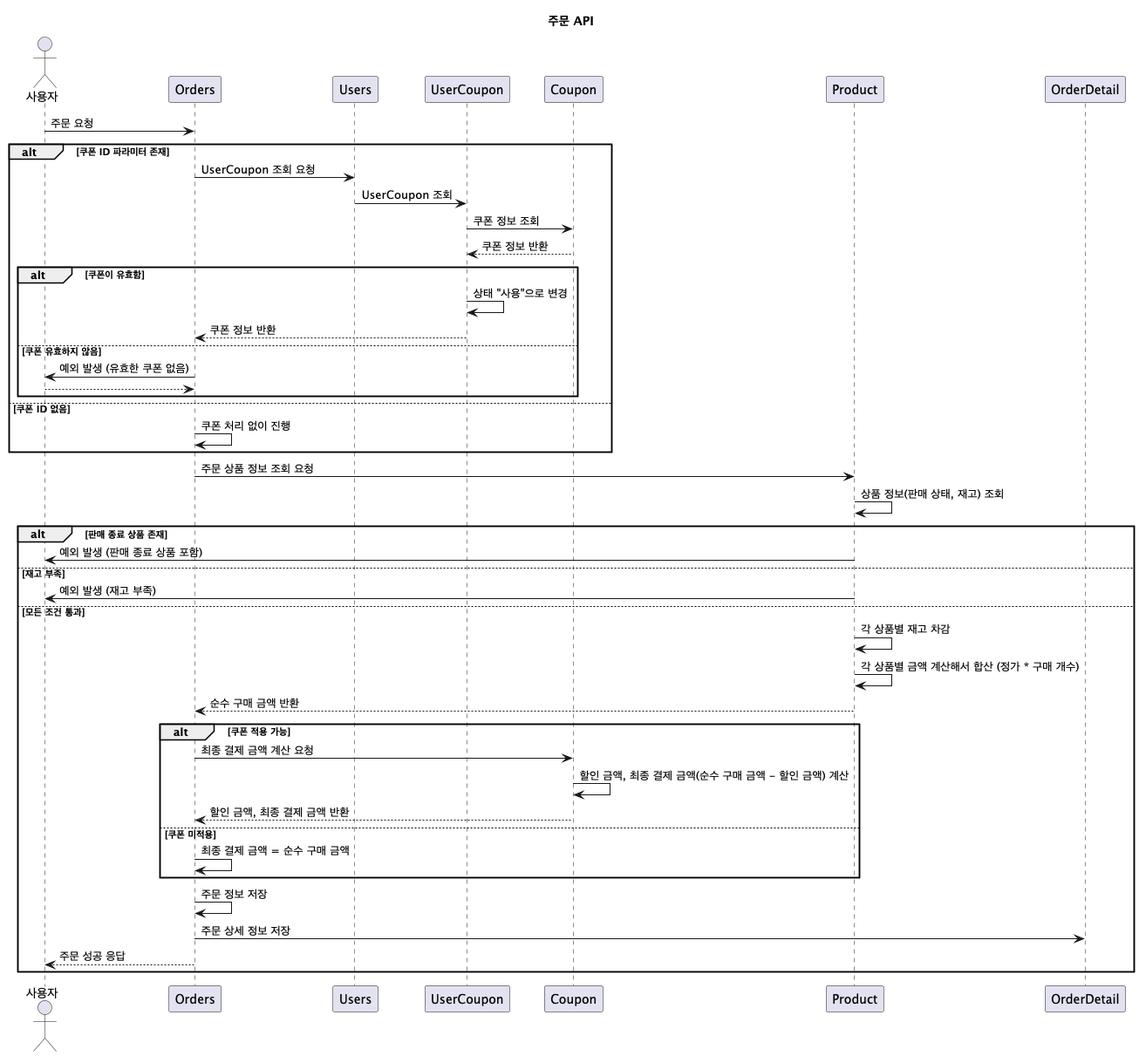
Above: assets/images/diagram/sequence/order.png in leejisuu/hhplus-ecommerce-serivce (PlantUML), before the change. Its diagram source:
```plantuml
@startuml
title 주문 API

actor "사용자" as User
participant "Orders" as Orders
participant "Users" as Users
participant "UserCoupon" as UserCoupon
participant "Coupon" as Coupon
participant "Product" as Product
participant "OrderDetail" as OrderDetail

User -> Orders : 주문 요청

alt 쿠폰 ID 파라미터 존재
    Orders -> Users : UserCoupon 조회 요청
    Users -> UserCoupon : UserCoupon 조회
    UserCoupon -> Coupon : 쿠폰 정보 조회
    Coupon --> UserCoupon : 쿠폰 정보 반환
    alt 쿠폰이 유효함
        UserCoupon -> UserCoupon : 상태 "사용"으로 변경
        UserCoupon --> Orders : 쿠폰 정보 반환
    else 쿠폰 유효하지 않음
        Orders -> User : 예외 발생 (유효한 쿠폰 없음)
        return
    end
else 쿠폰 ID 없음
    Orders -> Orders : 쿠폰 처리 없이 진행
end

Orders -> Product : 주문 상품 정보 조회 요청
Product -> Product : 상품 정보(판매 상태, 재고) 조회

alt 판매 종료 상품 존재
    Product -> User : 예외 발생 (판매 종료 상품 포함)
else 재고 부족
    Product -> User : 예외 발생 (재고 부족)
else 모든 조건 통과
    Product -> Product : 각 상품별 재고 차감
    Product -> Product : 각 상품별 금액 계산해서 합산 (정가 * 구매 개수)
    Product --> Orders : 순수 구매 금액 반환

    alt 쿠폰 적용 가능
        Orders -> Coupon : 최종 결제 금액 계산 요청
        Coupon -> Coupon : 할인 금액, 최종 결제 금액(순수 구매 금액 - 할인 금액) 계산
        Coupon --> Orders : 할인 금액, 최종 결제 금액 반환
    else 쿠폰 미적용
        Orders -> Orders : 최종 결제 금액 = 순수 구매 금액
    end

    Orders -> Orders : 주문 정보 저장
    Orders -> OrderDetail : 주문 상세 정보 저장
    Orders --> User : 주문 성공 응답
end

@enduml
```
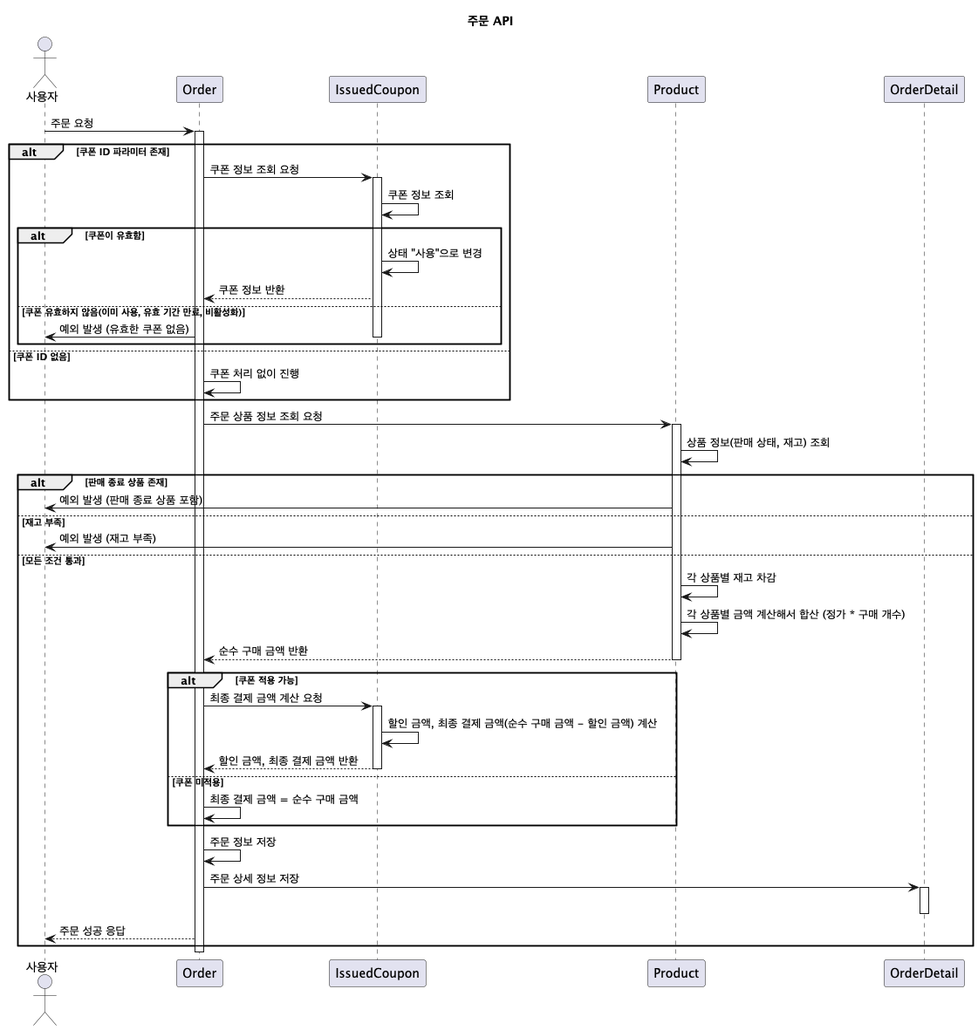
After the change.

Diff of the diagram source:
```diff
@@ -2,32 +2,32 @@
 title 주문 API
 
 actor "사용자" as User
-participant "Orders" as Orders
-participant "Users" as Users
-participant "UserCoupon" as UserCoupon
-participant "Coupon" as Coupon
+participant "Order" as Order
+participant "IssuedCoupon" as IssuedCoupon
 participant "Product" as Product
 participant "OrderDetail" as OrderDetail
 
-User -> Orders : 주문 요청
+User -> Order : 주문 요청
+activate Order
 
 alt 쿠폰 ID 파라미터 존재
-    Orders -> Users : UserCoupon 조회 요청
-    Users -> UserCoupon : UserCoupon 조회
-    UserCoupon -> Coupon : 쿠폰 정보 조회
-    Coupon --> UserCoupon : 쿠폰 정보 반환
+    Order -> IssuedCoupon : 쿠폰 정보 조회 요청
+    activate IssuedCoupon
+    IssuedCoupon -> IssuedCoupon : 쿠폰 정보 조회
     alt 쿠폰이 유효함
-        UserCoupon -> UserCoupon : 상태 "사용"으로 변경
-        UserCoupon --> Orders : 쿠폰 정보 반환
-    else 쿠폰 유효하지 않음
-        Orders -> User : 예외 발생 (유효한 쿠폰 없음)
-        return
+        IssuedCoupon -> IssuedCoupon : 상태 "사용"으로 변경
+        IssuedCoupon --> Order : 쿠폰 정보 반환
+    else 쿠폰 유효하지 않음(이미 사용, 유효 기간 만료, 비활성화)
+        Order -> User : 예외 발생 (유효한 쿠폰 없음)
+        deactivate IssuedCoupon
     end
+    deactivate IssuedCoupon
 else 쿠폰 ID 없음
-    Orders -> Orders : 쿠폰 처리 없이 진행
+    Order -> Order : 쿠폰 처리 없이 진행
 end
 
-Orders -> Product : 주문 상품 정보 조회 요청
+Order -> Product : 주문 상품 정보 조회 요청
+activate Product
 Product -> Product : 상품 정보(판매 상태, 재고) 조회
 
 alt 판매 종료 상품 존재
@@ -37,19 +37,25 @@
 else 모든 조건 통과
     Product -> Product : 각 상품별 재고 차감
     Product -> Product : 각 상품별 금액 계산해서 합산 (정가 * 구매 개수)
-    Product --> Orders : 순수 구매 금액 반환
+    Product --> Order : 순수 구매 금액 반환
+    deactivate Product
 
     alt 쿠폰 적용 가능
-        Orders -> Coupon : 최종 결제 금액 계산 요청
-        Coupon -> Coupon : 할인 금액, 최종 결제 금액(순수 구매 금액 - 할인 금액) 계산
-        Coupon --> Orders : 할인 금액, 최종 결제 금액 반환
+        Order -> IssuedCoupon : 최종 결제 금액 계산 요청
+        activate IssuedCoupon
+        IssuedCoupon -> IssuedCoupon : 할인 금액, 최종 결제 금액(순수 구매 금액 - 할인 금액) 계산
+        IssuedCoupon --> Order : 할인 금액, 최종 결제 금액 반환
+        deactivate IssuedCoupon
     else 쿠폰 미적용
-        Orders -> Orders : 최종 결제 금액 = 순수 구매 금액
+        Order -> Order : 최종 결제 금액 = 순수 구매 금액
     end
 
-    Orders -> Orders : 주문 정보 저장
-    Orders -> OrderDetail : 주문 상세 정보 저장
-    Orders --> User : 주문 성공 응답
+    Order -> Order : 주문 정보 저장
+    Order -> OrderDetail : 주문 상세 정보 저장
+    activate OrderDetail
+    deactivate OrderDetail
+    Order --> User : 주문 성공 응답
 end
+deactivate Order
 
 @enduml
```
